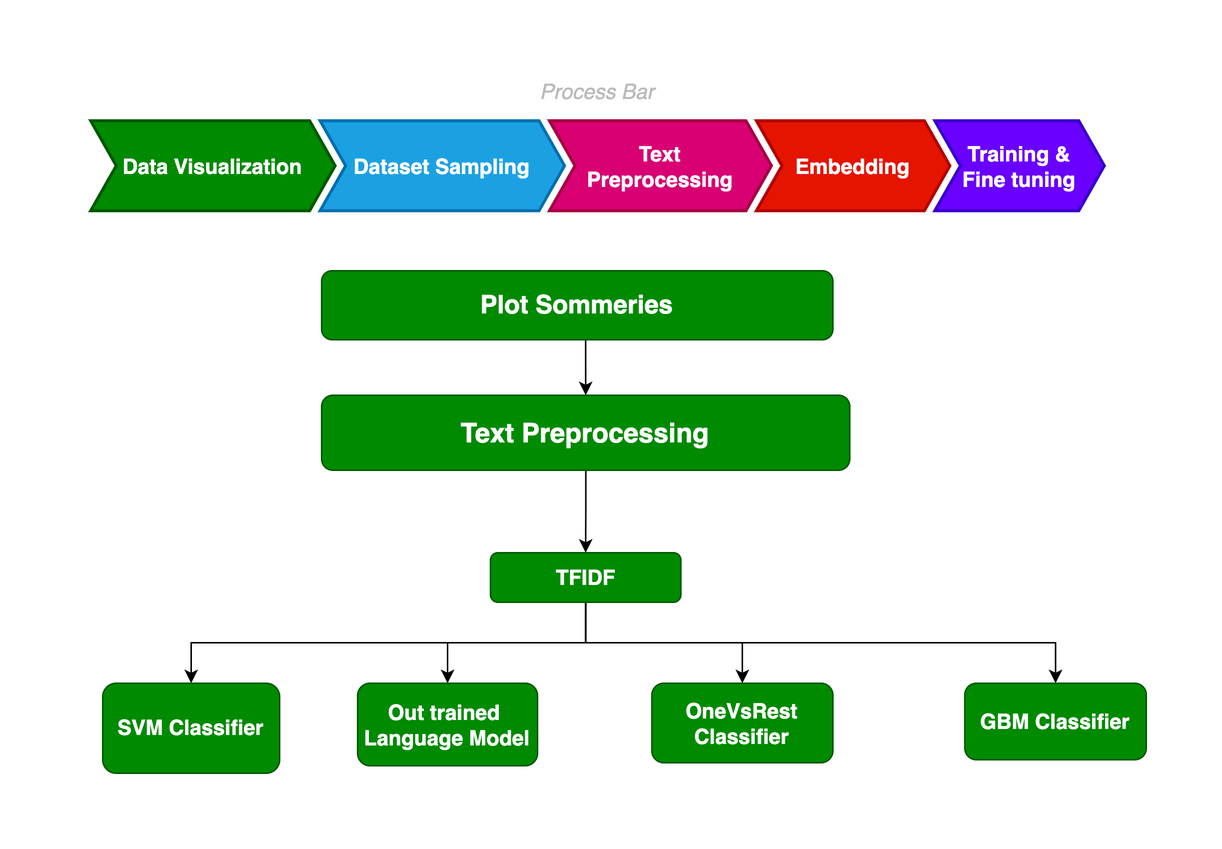
AmirhosseinSoltan/NLP-SS2024 keeps this draw.io diagram as poster-template/figures/Unbenanntes Diagramm.png. Above is the earlier version. Source tidied: cells renumbered, new cells last; positions are measured from the earlier drawing's top-left corner, leaving out a move shared by most shapes. The source it was exported from:
```xml
<mxGraphModel math="1">
  <root>
    <mxCell id="0" />
    <mxCell id="1" parent="0" />
    <mxCell id="2" value="Process Bar" style="swimlane;fontStyle=2;horizontal=1;startSize=20;fillColor=none;swimlaneFillColor=none;strokeColor=none;fontFamily=Helvetica;fontSize=14;fontColor=#BABABA;verticalAlign=middle;stackBorder=10;align=center;" parent="1" vertex="1">
      <mxGeometry width="696" height="100" as="geometry" />
    </mxCell>
    <mxCell id="3" value="Data Visualization" style="shape=step;perimeter=stepPerimeter;strokeColor=#005700;fontFamily=Helvetica;fontSize=14;fontColor=#ffffff;fillColor=#008a00;fixedSize=1;size=17;fontStyle=1;strokeWidth=2;spacingTop=0;" parent="2" vertex="1">
      <mxGeometry x="10" y="30" width="163" height="60" as="geometry" />
    </mxCell>
    <mxCell id="4" value="Dataset Sampling" style="shape=step;perimeter=stepPerimeter;strokeColor=#006EAF;fontFamily=Helvetica;fontSize=14;fontColor=#ffffff;fillColor=#1ba1e2;fixedSize=1;size=17;fontStyle=1;strokeWidth=2;spacingTop=0;" parent="2" vertex="1">
      <mxGeometry x="163" y="30" width="163" height="60" as="geometry" />
    </mxCell>
    <mxCell id="5" value="Text&#10;Preprocessing" style="shape=step;perimeter=stepPerimeter;strokeColor=#A50040;fontFamily=Helvetica;fontSize=14;fontColor=#ffffff;fillColor=#d80073;fixedSize=1;size=17;fontStyle=1;strokeWidth=2;spacingTop=0;" parent="2" vertex="1">
      <mxGeometry x="316" y="30" width="148" height="60" as="geometry" />
    </mxCell>
    <mxCell id="6" value="Embedding" style="shape=step;perimeter=stepPerimeter;strokeColor=#B20000;fontFamily=Helvetica;fontSize=14;fontColor=#ffffff;fillColor=#e51400;fixedSize=1;size=17;fontStyle=1;strokeWidth=2;spacingTop=0;" parent="2" vertex="1">
      <mxGeometry x="454" y="30" width="129" height="60" as="geometry" />
    </mxCell>
    <mxCell id="7" value="Training &amp;&#10;Fine tuning" style="shape=step;perimeter=stepPerimeter;strokeColor=#3700CC;fontFamily=Helvetica;fontSize=14;fontColor=#ffffff;fillColor=#6a00ff;fixedSize=1;size=17;fontStyle=1;strokeWidth=2;spacingTop=0;" parent="2" vertex="1">
      <mxGeometry x="573" y="30" width="113" height="60" as="geometry" />
    </mxCell>
    <mxCell id="8" style="edgeStyle=orthogonalEdgeStyle;rounded=0;jettySize=auto;html=1;exitX=0.5;exitY=1;exitDx=0;exitDy=0;entryX=0.5;entryY=0;entryDx=0;entryDy=0;" parent="1" edge="1" source="9" target="11">
      <mxGeometry relative="1" as="geometry" />
    </mxCell>
    <mxCell id="9" value="&lt;b&gt;&lt;font style=&quot;font-size: 17px;&quot;&gt;Plot Sommeries&lt;/font&gt;&lt;/b&gt;" style="rounded=1;whiteSpace=wrap;html=1;fillColor=#008a00;fontColor=#ffffff;strokeColor=#005700;" parent="1" vertex="1">
      <mxGeometry x="164" y="130" width="341" height="46" as="geometry" />
    </mxCell>
    <mxCell id="10" style="edgeStyle=orthogonalEdgeStyle;rounded=0;jettySize=auto;html=1;" parent="1" edge="1" source="11" target="16">
      <mxGeometry relative="1" as="geometry" />
    </mxCell>
    <mxCell id="11" value="&lt;b style=&quot;&quot;&gt;&lt;font style=&quot;font-size: 18px;&quot;&gt;Text Preprocessing&lt;/font&gt;&lt;/b&gt;" style="whiteSpace=wrap;html=1;fillColor=#008a00;strokeColor=#005700;fontColor=#ffffff;rounded=1;" parent="1" vertex="1">
      <mxGeometry x="164" y="213" width="352.2" height="50" as="geometry" />
    </mxCell>
    <mxCell id="12" style="edgeStyle=orthogonalEdgeStyle;rounded=0;jettySize=auto;html=1;" parent="1" edge="1" source="16" target="17">
      <mxGeometry relative="1" as="geometry">
        <Array as="points">
          <mxPoint x="340" y="378" />
          <mxPoint x="77" y="378" />
        </Array>
      </mxGeometry>
    </mxCell>
    <mxCell id="13" style="edgeStyle=orthogonalEdgeStyle;rounded=0;jettySize=auto;html=1;exitX=0.5;exitY=1;exitDx=0;exitDy=0;" parent="1" edge="1" source="16" target="18">
      <mxGeometry relative="1" as="geometry" />
    </mxCell>
    <mxCell id="14" style="edgeStyle=orthogonalEdgeStyle;rounded=0;jettySize=auto;html=1;" parent="1" edge="1" source="16" target="19">
      <mxGeometry relative="1" as="geometry" />
    </mxCell>
    <mxCell id="15" style="edgeStyle=orthogonalEdgeStyle;rounded=0;jettySize=auto;html=1;" parent="1" edge="1" source="16" target="20">
      <mxGeometry relative="1" as="geometry" />
    </mxCell>
    <mxCell id="16" value="&lt;b&gt;&lt;font style=&quot;font-size: 14px;&quot;&gt;TFIDF&lt;/font&gt;&lt;/b&gt;" style="rounded=1;whiteSpace=wrap;html=1;fillColor=#008a00;strokeColor=#005700;fontColor=#ffffff;" parent="1" vertex="1">
      <mxGeometry x="276.6" y="318" width="127" height="33" as="geometry" />
    </mxCell>
    <mxCell id="17" value="&lt;b&gt;&lt;font style=&quot;font-size: 14px;&quot;&gt;SVM Classifier&lt;/font&gt;&lt;/b&gt;" style="whiteSpace=wrap;html=1;fillColor=#008a00;strokeColor=#005700;fontColor=#ffffff;rounded=1;" parent="1" vertex="1">
      <mxGeometry x="18" y="405" width="118" height="60" as="geometry" />
    </mxCell>
    <mxCell id="18" value="&lt;b&gt;&lt;font style=&quot;font-size: 14px;&quot;&gt;GBM Classifier&lt;/font&gt;&lt;/b&gt;" style="whiteSpace=wrap;html=1;fillColor=#008a00;strokeColor=#005700;fontColor=#ffffff;rounded=1;" parent="1" vertex="1">
      <mxGeometry x="593" y="405" width="121" height="51" as="geometry" />
    </mxCell>
    <mxCell id="19" value="&lt;font style=&quot;font-size: 14px;&quot;&gt;&lt;b&gt;Out trained&amp;nbsp;&lt;/b&gt;&lt;/font&gt;&lt;div style=&quot;font-size: 14px;&quot;&gt;&lt;font style=&quot;font-size: 14px;&quot;&gt;&lt;b&gt;Language Model&lt;/b&gt;&lt;/font&gt;&lt;/div&gt;" style="whiteSpace=wrap;html=1;fillColor=#008a00;strokeColor=#005700;fontColor=#ffffff;rounded=1;" parent="1" vertex="1">
      <mxGeometry x="188" y="405" width="120" height="55" as="geometry" />
    </mxCell>
    <mxCell id="20" value="&lt;b&gt;&lt;font style=&quot;font-size: 14px;&quot;&gt;OneVsRest&lt;/font&gt;&lt;/b&gt;&lt;div&gt;&lt;b&gt;&lt;font style=&quot;font-size: 14px;&quot;&gt;Classifier&lt;/font&gt;&lt;/b&gt;&lt;/div&gt;" style="whiteSpace=wrap;html=1;fillColor=#008a00;strokeColor=#005700;fontColor=#ffffff;rounded=1;" parent="1" vertex="1">
      <mxGeometry x="384.2" y="405" width="120.8" height="53" as="geometry" />
    </mxCell>
  </root>
</mxGraphModel>
```
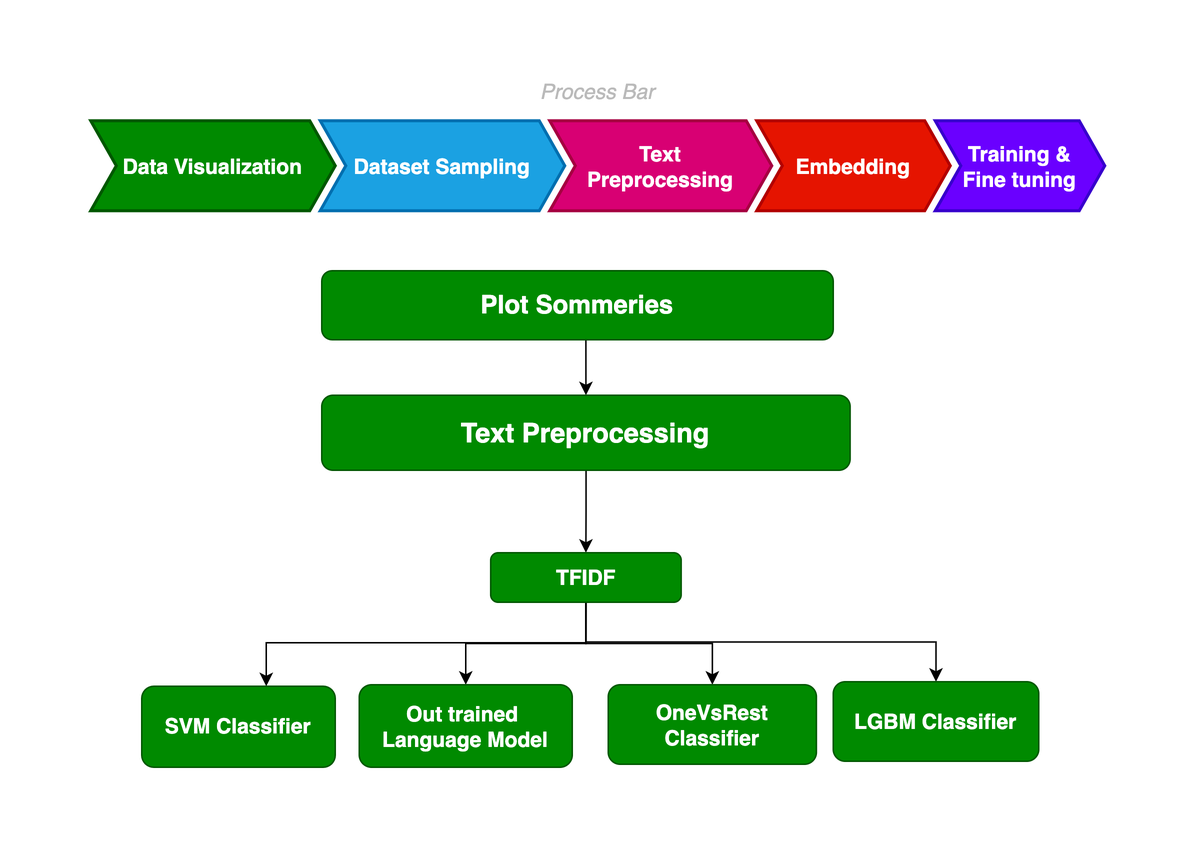
After the commit.

The edit, as a diff of the source:
```diff
@@ -36,7 +36,7 @@
       <mxGeometry relative="1" as="geometry">
         <Array as="points">
           <mxPoint x="340" y="378" />
-          <mxPoint x="77" y="378" />
+          <mxPoint x="127" y="378" />
         </Array>
       </mxGeometry>
     </mxCell>
@@ -53,16 +53,16 @@
       <mxGeometry x="276.6" y="318" width="127" height="33" as="geometry" />
     </mxCell>
     <mxCell id="17" value="&lt;b&gt;&lt;font style=&quot;font-size: 14px;&quot;&gt;SVM Classifier&lt;/font&gt;&lt;/b&gt;" style="whiteSpace=wrap;html=1;fillColor=#008a00;strokeColor=#005700;fontColor=#ffffff;rounded=1;" parent="1" vertex="1">
-      <mxGeometry x="18" y="405" width="118" height="60" as="geometry" />
+      <mxGeometry x="44" y="407" width="129" height="54" as="geometry" />
     </mxCell>
-    <mxCell id="18" value="&lt;b&gt;&lt;font style=&quot;font-size: 14px;&quot;&gt;GBM Classifier&lt;/font&gt;&lt;/b&gt;" style="whiteSpace=wrap;html=1;fillColor=#008a00;strokeColor=#005700;fontColor=#ffffff;rounded=1;" parent="1" vertex="1">
-      <mxGeometry x="593" y="405" width="121" height="51" as="geometry" />
+    <mxCell id="18" value="&lt;b&gt;&lt;font style=&quot;font-size: 14px;&quot;&gt;LGBM Classifier&lt;/font&gt;&lt;/b&gt;" style="whiteSpace=wrap;html=1;fillColor=#008a00;strokeColor=#005700;fontColor=#ffffff;rounded=1;" parent="1" vertex="1">
+      <mxGeometry x="505" y="404" width="137" height="53" as="geometry" />
     </mxCell>
     <mxCell id="19" value="&lt;font style=&quot;font-size: 14px;&quot;&gt;&lt;b&gt;Out trained&amp;nbsp;&lt;/b&gt;&lt;/font&gt;&lt;div style=&quot;font-size: 14px;&quot;&gt;&lt;font style=&quot;font-size: 14px;&quot;&gt;&lt;b&gt;Language Model&lt;/b&gt;&lt;/font&gt;&lt;/div&gt;" style="whiteSpace=wrap;html=1;fillColor=#008a00;strokeColor=#005700;fontColor=#ffffff;rounded=1;" parent="1" vertex="1">
-      <mxGeometry x="188" y="405" width="120" height="55" as="geometry" />
+      <mxGeometry x="189" y="406" width="142" height="55" as="geometry" />
     </mxCell>
     <mxCell id="20" value="&lt;b&gt;&lt;font style=&quot;font-size: 14px;&quot;&gt;OneVsRest&lt;/font&gt;&lt;/b&gt;&lt;div&gt;&lt;b&gt;&lt;font style=&quot;font-size: 14px;&quot;&gt;Classifier&lt;/font&gt;&lt;/b&gt;&lt;/div&gt;" style="whiteSpace=wrap;html=1;fillColor=#008a00;strokeColor=#005700;fontColor=#ffffff;rounded=1;" parent="1" vertex="1">
-      <mxGeometry x="384.2" y="405" width="120.8" height="53" as="geometry" />
+      <mxGeometry x="355" y="406" width="138.8" height="53" as="geometry" />
     </mxCell>
   </root>
 </mxGraphModel>
```
